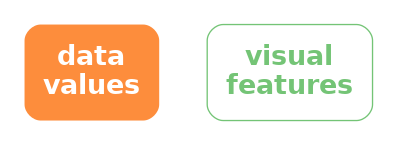
This is Diagrams/vis-clutter.png from pmur002/hdvw, a Graphviz export, as it was before one commit. Its source is kept beside it as Diagrams/vis-clutter.dot.
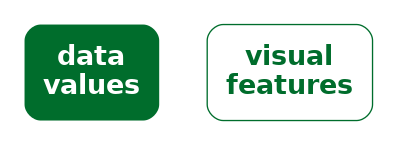
The same diagram one commit later.

Change to the diagram source:
```diff
@@ -1,8 +1,8 @@
 digraph {
   graph [ rankdir=LR; margin=.2; nodesep=.5 ];
   node [ fontsize=20; fontname="sans bold"; margin=.2 ];
-  data [ label="data\nvalues"; shape=box; style="filled, rounded"; penwidth=0; fontcolor=white; fillcolor="#FD8D3C" ]
+  data [ label="data\nvalues"; shape=box; style="filled, rounded"; penwidth=0; fontcolor=white; fillcolor="#006D2C" ]
   vis [ label="visual\nfeatures"; shape=box;
-     style="rounded"; color="#74C476"; fontcolor="#74C476" ]
-  data -> vis [ style="bold"; penwidth=1; color="#FD8D3C;0.1:#EE9342;0.1:#DF9949;0.1:#CF9F4F;0.1:#C0A556;0.1:#B1AC5C;0.1:#A2B263;0.1:#92B869;0.1:#83BE70;0.1:#74C476;0.1" ] [ style="invis" ]
+     style="rounded"; color="#006D2C"; fontcolor="#006D2C" ]
+  data -> vis [ style="bold"; penwidth=1; color="#006D2C" ] [ style="invis" ]
 }
```
